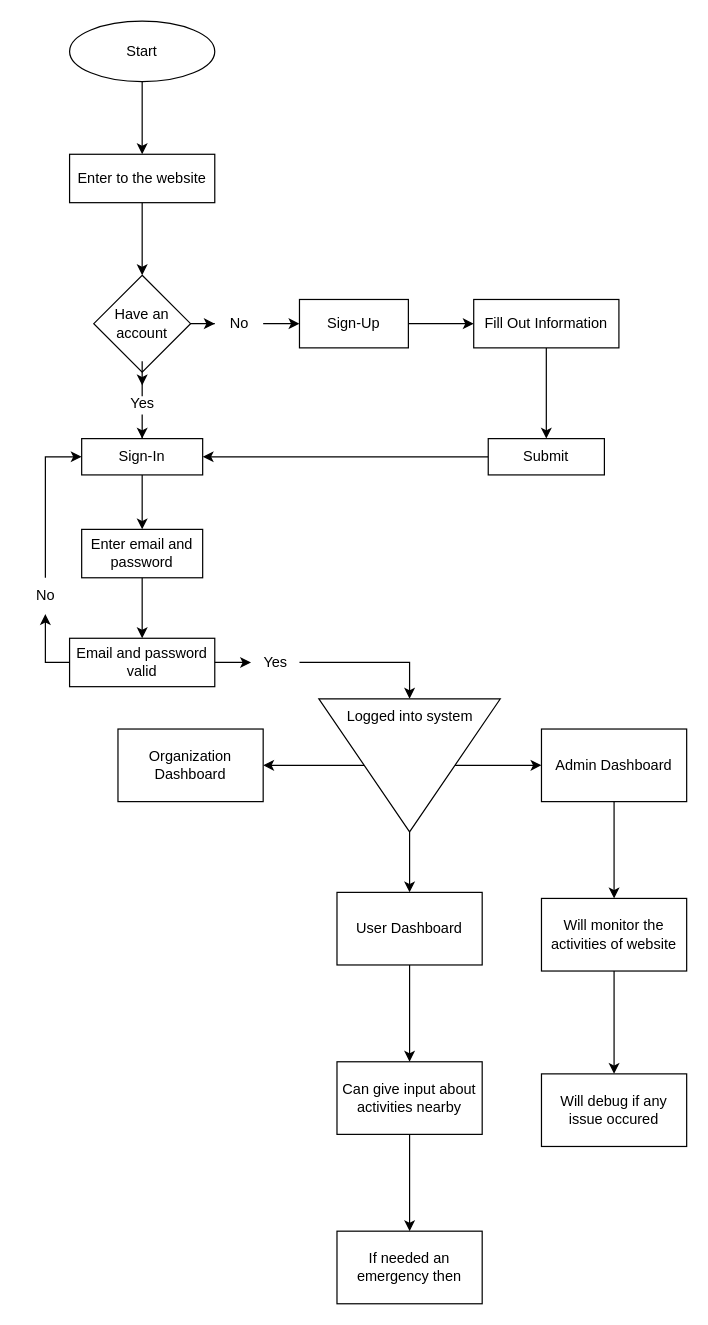
Earlier version of the draw.io diagram Untitled Diagram.drawio (MADEYE42/mini-project-24-25). Source tidied: cells renumbered, new cells numbered last; positions are measured from the earlier drawing's top-left corner, leaving out a move shared by most shapes. Both pictures are drawn from the tidied source at 121%, with x=0, y=0 at pixel (21, 21).
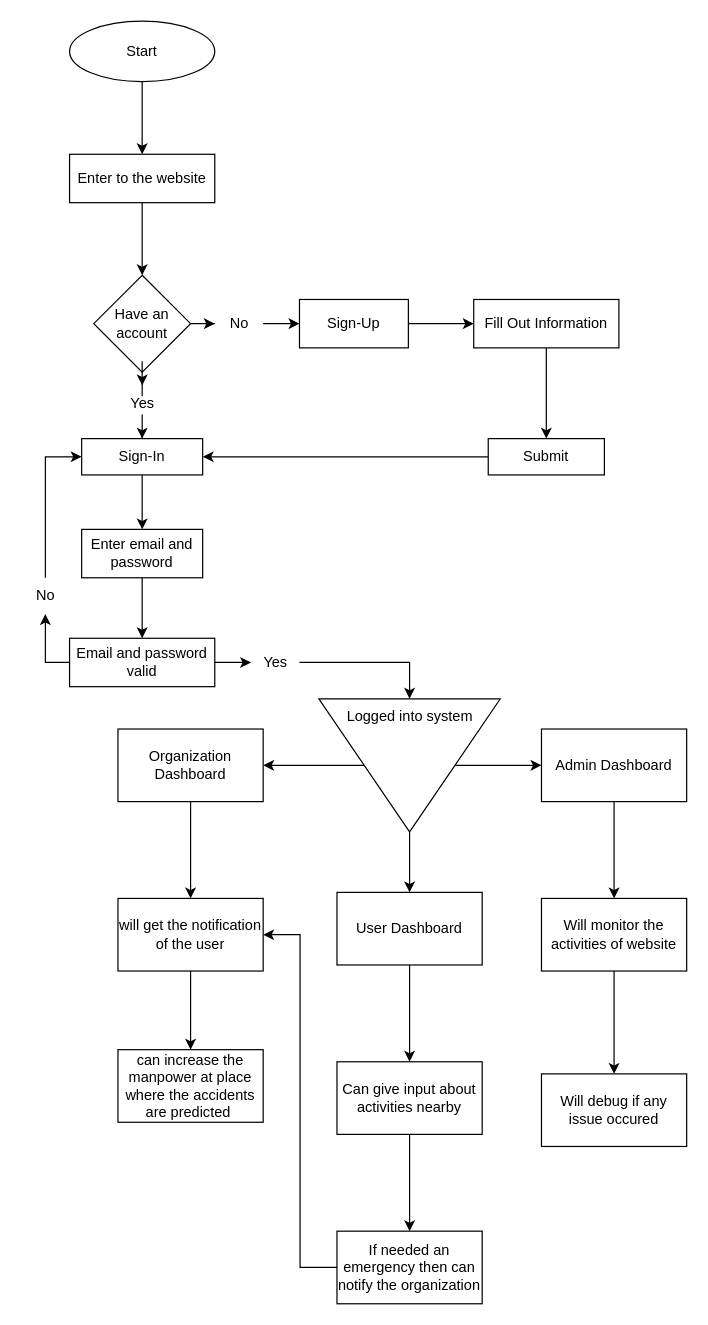
After the change.

Unchanged cells that the change refers to:
```xml
<mxCell id="39" value="Organization Dashboard" style="whiteSpace=wrap;html=1;rounded=0;" parent="1" vertex="1">
  <mxGeometry x="80" y="585" width="120" height="60" as="geometry" />
</mxCell>
```

What changed in the source:
```diff
@@
+    <mxCell id="46" style="edgeStyle=orthogonalEdgeStyle;rounded=0;jettySize=auto;html=1;" parent="1" edge="1" source="39" target="49">
+      <mxGeometry relative="1" as="geometry" />
+    </mxCell>
@@
+    <mxCell id="47" style="edgeStyle=orthogonalEdgeStyle;rounded=0;jettySize=auto;html=1;entryX=1;entryY=0.5;entryDx=0;entryDy=0;" parent="1" edge="1" source="45" target="49">
+      <mxGeometry relative="1" as="geometry" />
+    </mxCell>
-    <mxCell id="45" value="If needed an emergency then" style="whiteSpace=wrap;html=1;rounded=0;" parent="1" vertex="1">
+    <mxCell id="45" value="If needed an emergency then can notify the organization" style="whiteSpace=wrap;html=1;rounded=0;" parent="1" vertex="1">
       <mxGeometry x="261" y="1000" width="120" height="60" as="geometry" />
     </mxCell>
+    <mxCell id="48" style="edgeStyle=orthogonalEdgeStyle;rounded=0;jettySize=auto;html=1;" parent="1" edge="1" source="49" target="50">
+      <mxGeometry relative="1" as="geometry" />
+    </mxCell>
+    <mxCell id="49" value="will get the notification of the user" style="whiteSpace=wrap;html=1;rounded=0;" parent="1" vertex="1">
+      <mxGeometry x="80" y="725" width="120" height="60" as="geometry" />
+    </mxCell>
+    <mxCell id="50" value="can increase the manpower at place where the accidents are predicted&amp;nbsp;" style="whiteSpace=wrap;html=1;rounded=0;" parent="1" vertex="1">
+      <mxGeometry x="80" y="850" width="120" height="60" as="geometry" />
+    </mxCell>
```
